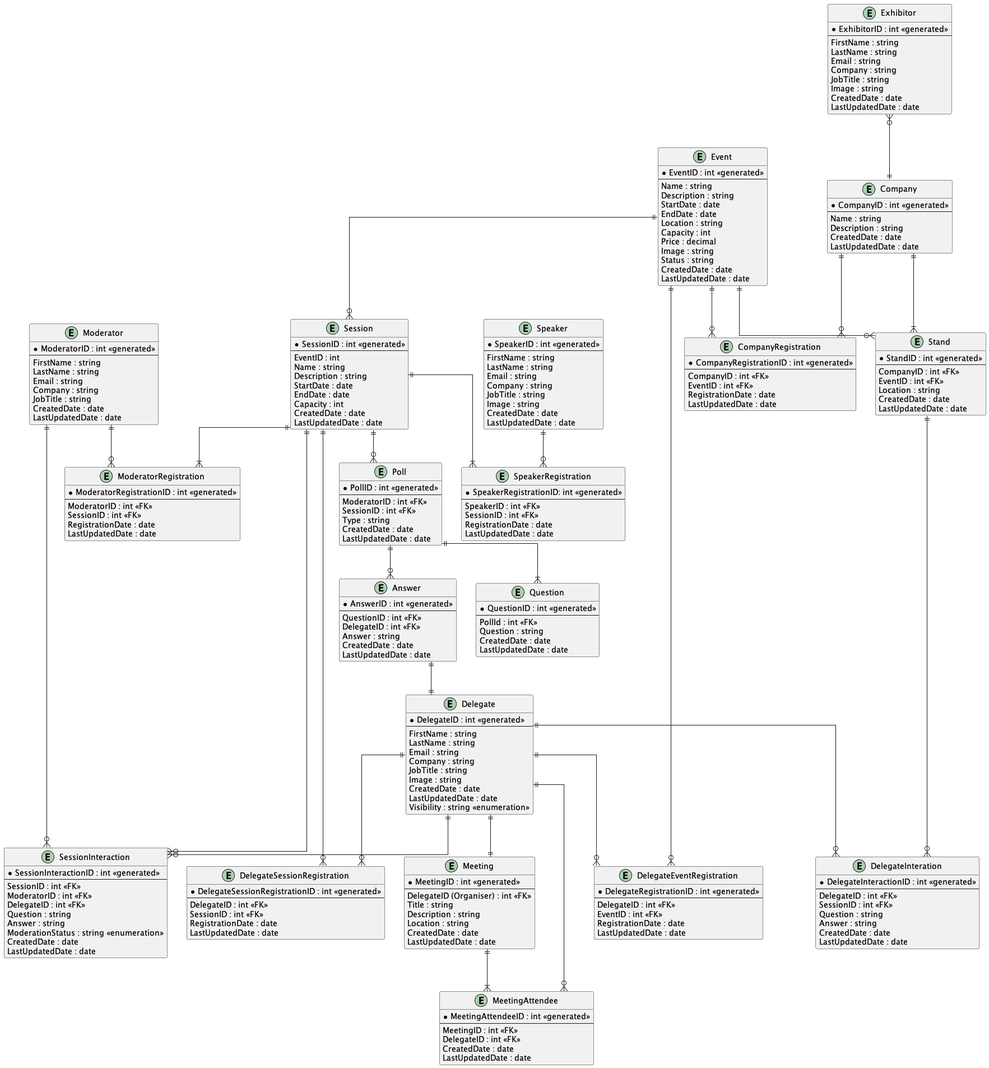
The PlantUML diagram out/BookMeIn2-EntityRelationshipDiagram/BookMeIn2-EntityRelationshipDiagram.png in CSC-40084-Group-7/BMI2-UML, before a commit.
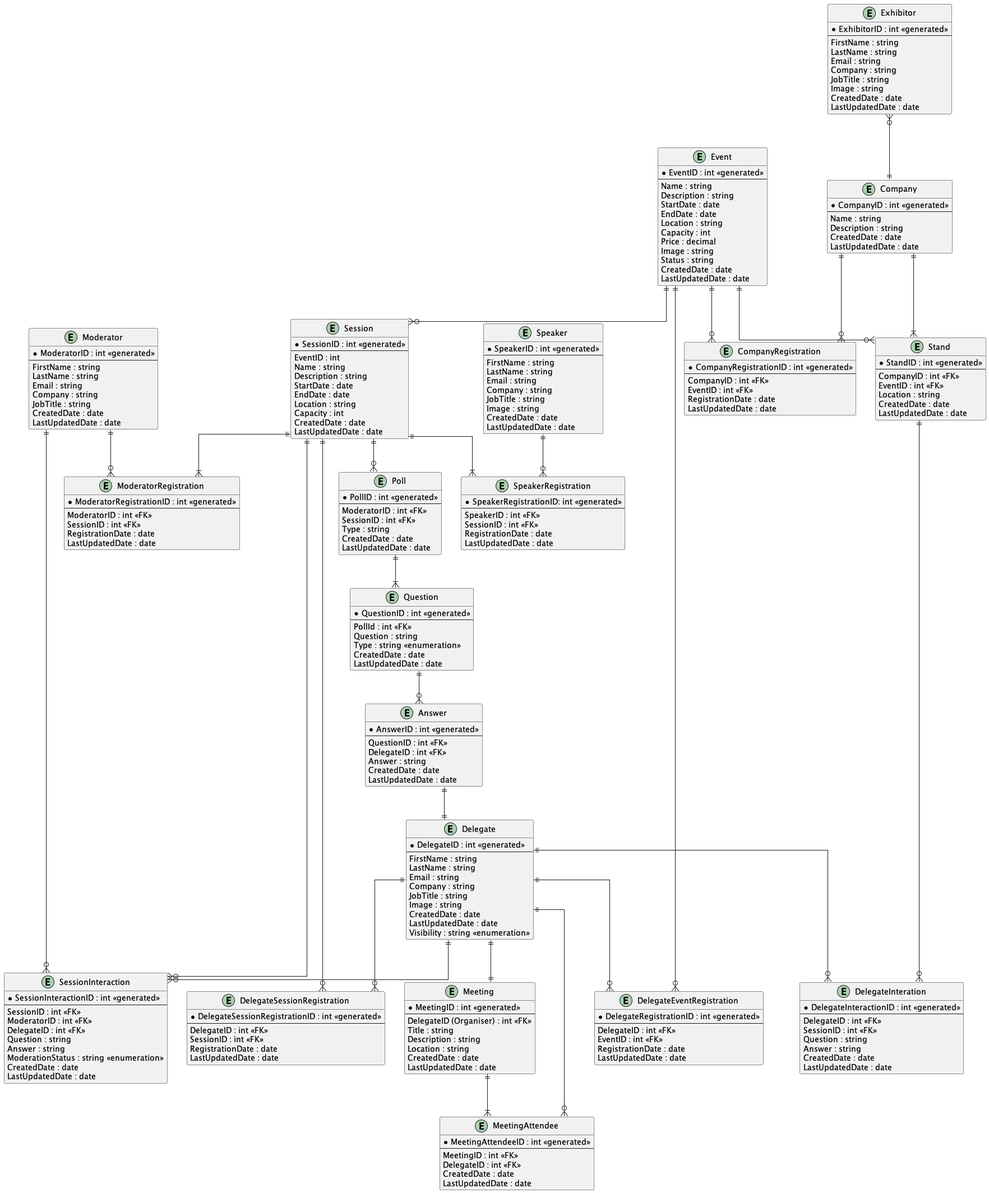
The same file after the commit.

Change to the diagram source:
```diff
@@ -82,6 +82,7 @@
     Description : string
     StartDate : date
     EndDate : date
+    Location : string
     Capacity : int
     CreatedDate : date
     LastUpdatedDate : date
@@ -188,6 +189,7 @@
     ---
     PollId : int <<FK>>
     Question : string
+    Type : string <<enumeration>>
     CreatedDate : date
     LastUpdatedDate : date
 }
@@ -251,7 +253,7 @@
 stand ||--o{ delegateinteraction
 
 poll ||--|{ question
-poll ||--o{ answer
+question ||--o{ answer
 
 session ||--o{ poll
 answer ||--|| delegate
```
